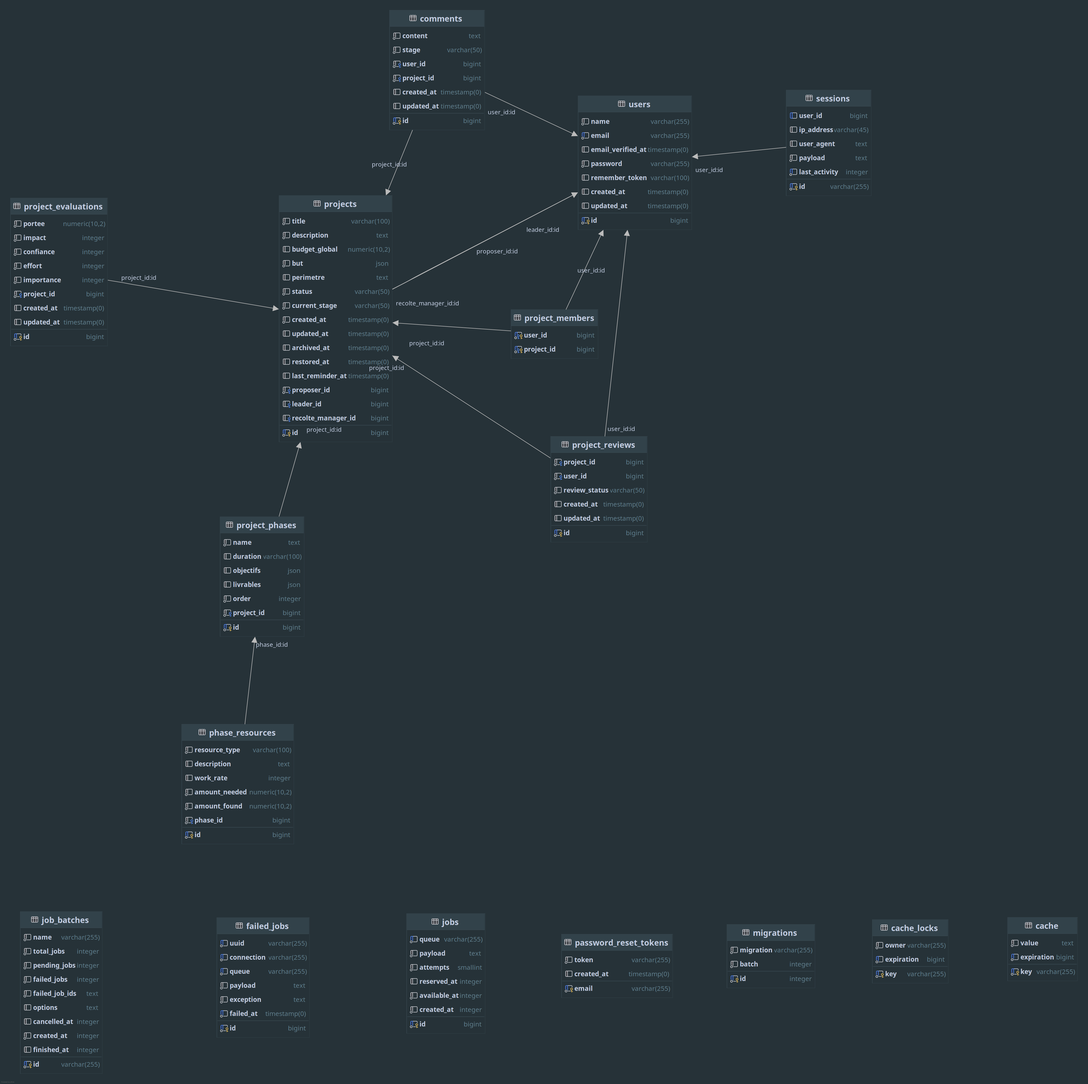
This is docs/MLD.png from jobtrek/laravel-group-project, a Mermaid export, as it was before one commit. Its source is kept beside it as docs/MLD.mermaid.
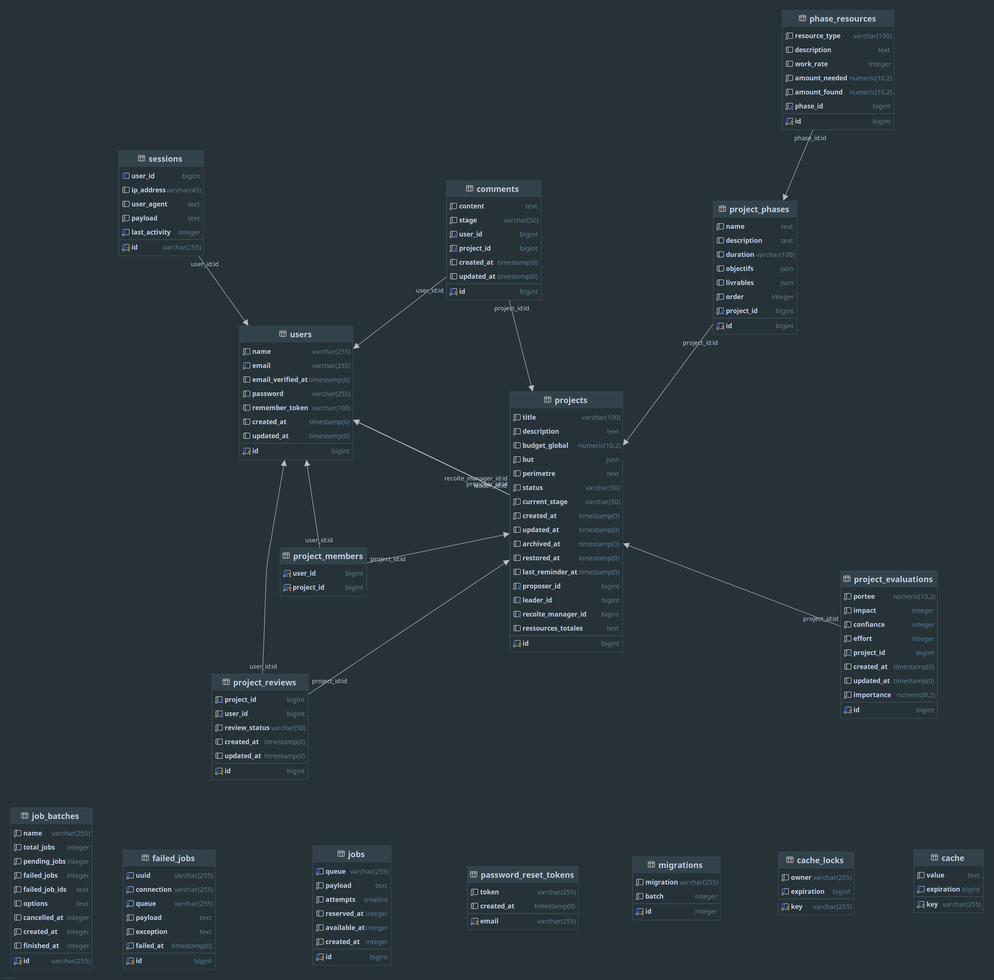
The same file after the commit.

Diff of the diagram source:
```diff
@@ -73,10 +73,10 @@
    integer impact
    integer confiance
    integer effort
-   integer importance
    bigint project_id
    timestamp(0) created_at
    timestamp(0) updated_at
+   numeric(8,2) importance
    bigint id
 }
 class project_members {
@@ -85,6 +85,7 @@
 }
 class project_phases {
    text name
+   text description
    varchar(100) duration
    json objectifs
    json livrables
@@ -116,6 +117,7 @@
    bigint proposer_id
    bigint leader_id
    bigint recolte_manager_id
+   text ressources_totales
    bigint id
 }
 class sessions {
```
